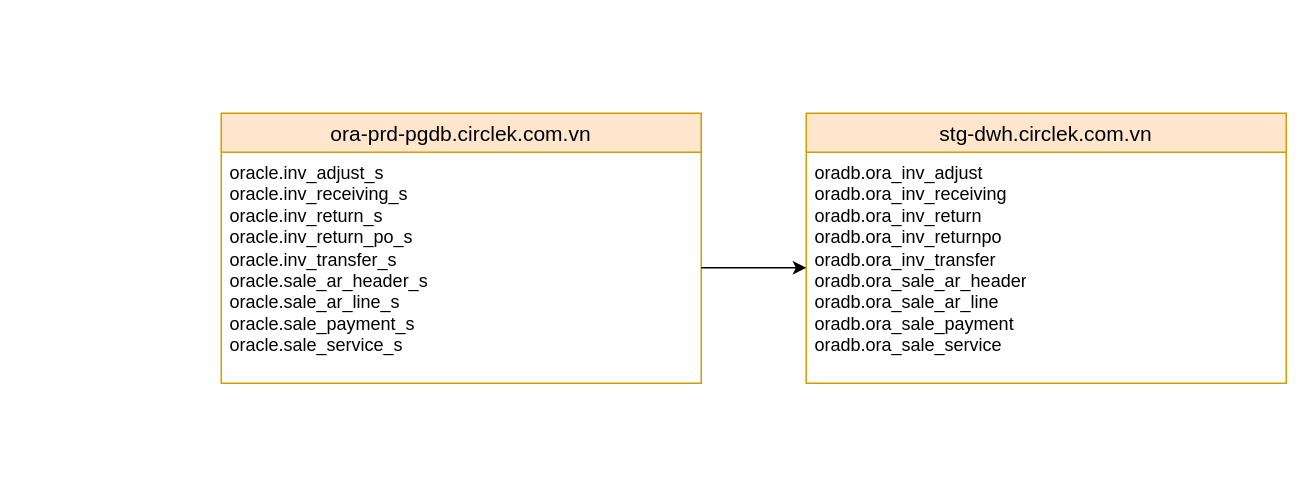
phongdd/CK-Flows keeps this draw.io diagram as page "Page-3" (3 of 3) of Data links.drawio. Above is the earlier version. Source tidied: cells renumbered, new cells numbered last; positions are measured from the earlier drawing's top-left corner, leaving out a move shared by most shapes. Both pictures are drawn from the tidied source at 150%, with x=0, y=0 at pixel (220, 112).
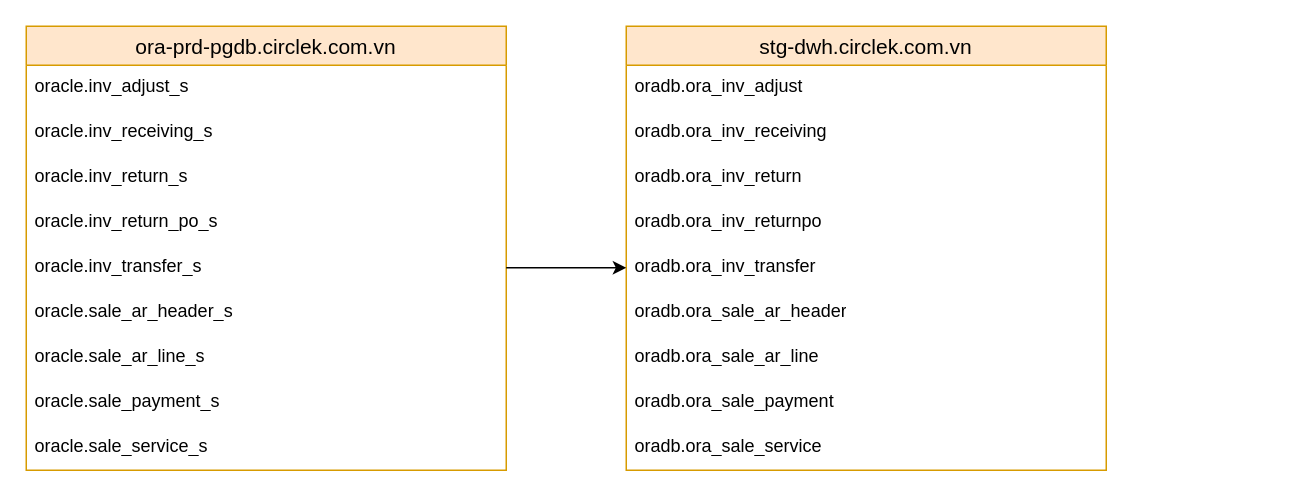
The same diagram, later.

Change to the diagram source:
```diff
@@
     <mxCell id="2" value="ora-prd-pgdb.circlek.com.vn" style="swimlane;fontStyle=0;horizontal=1;startSize=26;align=center;fontSize=14;fillColor=#ffe6cc;strokeColor=#d79b00;" parent="1" vertex="1">
-      <mxGeometry width="320" height="180" as="geometry" />
+      <mxGeometry x="-130" y="-58" width="320" height="296" as="geometry" />
     </mxCell>
-    <mxCell id="3" value="&lt;div&gt;oracle.inv_adjust_s&lt;/div&gt;&lt;div&gt;oracle.inv_receiving_s&lt;/div&gt;&lt;div&gt;oracle.inv_return_s&lt;/div&gt;&lt;div&gt;oracle.inv_return_po_s&lt;/div&gt;&lt;div&gt;oracle.inv_transfer_s&lt;/div&gt;&lt;div&gt;oracle.sale_ar_header_s&lt;/div&gt;&lt;div&gt;oracle.sale_ar_line_s&lt;/div&gt;&lt;div&gt;oracle.sale_payment_s&lt;/div&gt;&lt;div&gt;oracle.sale_service_s&lt;/div&gt;" style="text;strokeColor=none;fillColor=none;spacingLeft=4;spacingRight=4;overflow=hidden;points=[[0,0.5],[1,0.5]];portConstraint=eastwest;fontSize=12;whiteSpace=wrap;html=1;" parent="2" vertex="1">
-      <mxGeometry y="26" width="320" height="154" as="geometry" />
-    </mxCell>
+    <mxCell id="7" value="oracle.inv_adjust_s" style="text;strokeColor=none;fillColor=none;spacingLeft=4;spacingRight=4;overflow=hidden;fontSize=12;whiteSpace=wrap;html=1;" parent="2" vertex="1">
+      <mxGeometry y="26" width="320" height="30" as="geometry" />
+    </mxCell>
+    <mxCell id="8" value="oracle.inv_receiving_s" style="text;strokeColor=none;fillColor=none;spacingLeft=4;spacingRight=4;overflow=hidden;fontSize=12;whiteSpace=wrap;html=1;" parent="2" vertex="1">
+      <mxGeometry y="56" width="320" height="30" as="geometry" />
+    </mxCell>
+    <mxCell id="9" value="oracle.inv_return_s" style="text;strokeColor=none;fillColor=none;spacingLeft=4;spacingRight=4;overflow=hidden;fontSize=12;whiteSpace=wrap;html=1;" parent="2" vertex="1">
+      <mxGeometry y="86" width="320" height="30" as="geometry" />
+    </mxCell>
+    <mxCell id="10" value="oracle.inv_return_po_s" style="text;strokeColor=none;fillColor=none;spacingLeft=4;spacingRight=4;overflow=hidden;fontSize=12;whiteSpace=wrap;html=1;" parent="2" vertex="1">
+      <mxGeometry y="116" width="320" height="30" as="geometry" />
+    </mxCell>
+    <mxCell id="11" value="oracle.inv_transfer_s" style="text;strokeColor=none;fillColor=none;spacingLeft=4;spacingRight=4;overflow=hidden;points=[[0,0.5],[1,0.5]];portConstraint=eastwest;fontSize=12;whiteSpace=wrap;html=1;" parent="2" vertex="1">
+      <mxGeometry y="146" width="320" height="30" as="geometry" />
+    </mxCell>
+    <mxCell id="12" value="oracle.sale_ar_header_s" style="text;strokeColor=none;fillColor=none;spacingLeft=4;spacingRight=4;overflow=hidden;fontSize=12;whiteSpace=wrap;html=1;" parent="2" vertex="1">
+      <mxGeometry y="176" width="320" height="30" as="geometry" />
+    </mxCell>
+    <mxCell id="13" value="oracle.sale_ar_line_s" style="text;strokeColor=none;fillColor=none;spacingLeft=4;spacingRight=4;overflow=hidden;fontSize=12;whiteSpace=wrap;html=1;" parent="2" vertex="1">
+      <mxGeometry y="206" width="320" height="30" as="geometry" />
+    </mxCell>
+    <mxCell id="14" value="oracle.sale_payment_s" style="text;strokeColor=none;fillColor=none;spacingLeft=4;spacingRight=4;overflow=hidden;fontSize=12;whiteSpace=wrap;html=1;" parent="2" vertex="1">
+      <mxGeometry y="236" width="320" height="30" as="geometry" />
+    </mxCell>
+    <mxCell id="15" value="oracle.sale_service_s" style="text;strokeColor=none;fillColor=none;spacingLeft=4;spacingRight=4;overflow=hidden;fontSize=12;whiteSpace=wrap;html=1;" parent="2" vertex="1">
+      <mxGeometry y="266" width="320" height="30" as="geometry" />
+    </mxCell>
     <mxCell id="4" value="stg-dwh.circlek.com.vn" style="swimlane;fontStyle=0;horizontal=1;startSize=26;align=center;fontSize=14;fillColor=#ffe6cc;strokeColor=#d79b00;" parent="1" vertex="1">
-      <mxGeometry x="390" width="320" height="180" as="geometry" />
+      <mxGeometry x="270" y="-58" width="320" height="296" as="geometry" />
     </mxCell>
-    <mxCell id="5" value="&lt;div&gt;oradb.ora_inv_adjust&lt;/div&gt;&lt;div&gt;oradb.ora_inv_receiving&lt;/div&gt;&lt;div&gt;oradb.ora_inv_return&lt;/div&gt;&lt;div&gt;oradb.ora_inv_returnpo&lt;/div&gt;&lt;div&gt;oradb.ora_inv_transfer&lt;/div&gt;&lt;div&gt;oradb.ora_sale_ar_header&lt;/div&gt;&lt;div&gt;oradb.ora_sale_ar_line&lt;/div&gt;&lt;div&gt;oradb.ora_sale_payment&lt;/div&gt;&lt;div&gt;oradb.ora_sale_service&lt;/div&gt;" style="text;strokeColor=none;fillColor=none;spacingLeft=4;spacingRight=4;overflow=hidden;points=[[0,0.5],[1,0.5]];portConstraint=eastwest;fontSize=12;whiteSpace=wrap;html=1;" parent="4" vertex="1">
-      <mxGeometry y="26" width="320" height="154" as="geometry" />
-    </mxCell>
-    <mxCell id="6" style="edgeStyle=orthogonalEdgeStyle;rounded=0;jettySize=auto;html=1;entryX=0;entryY=0.5;entryDx=0;entryDy=0;" parent="1" edge="1" source="3" target="5">
-      <mxGeometry relative="1" as="geometry" />
-    </mxCell>
+    <mxCell id="16" value="oradb.ora_inv_adjust" style="text;strokeColor=none;fillColor=none;spacingLeft=4;spacingRight=4;overflow=hidden;fontSize=12;whiteSpace=wrap;html=1;" parent="4" vertex="1">
+      <mxGeometry y="26" width="320" height="30" as="geometry" />
+    </mxCell>
+    <mxCell id="17" value="oradb.ora_inv_receiving" style="text;strokeColor=none;fillColor=none;spacingLeft=4;spacingRight=4;overflow=hidden;fontSize=12;whiteSpace=wrap;html=1;" parent="4" vertex="1">
+      <mxGeometry y="56" width="320" height="30" as="geometry" />
+    </mxCell>
+    <mxCell id="18" value="oradb.ora_inv_return" style="text;strokeColor=none;fillColor=none;spacingLeft=4;spacingRight=4;overflow=hidden;fontSize=12;whiteSpace=wrap;html=1;" parent="4" vertex="1">
+      <mxGeometry y="86" width="320" height="30" as="geometry" />
+    </mxCell>
+    <mxCell id="19" value="oradb.ora_inv_returnpo" style="text;strokeColor=none;fillColor=none;spacingLeft=4;spacingRight=4;overflow=hidden;fontSize=12;whiteSpace=wrap;html=1;" parent="4" vertex="1">
+      <mxGeometry y="116" width="320" height="30" as="geometry" />
+    </mxCell>
+    <mxCell id="20" value="oradb.ora_inv_transfer" style="text;strokeColor=none;fillColor=none;spacingLeft=4;spacingRight=4;overflow=hidden;points=[[0,0.5],[1,0.5]];portConstraint=eastwest;fontSize=12;whiteSpace=wrap;html=1;" parent="4" vertex="1">
+      <mxGeometry y="146" width="320" height="30" as="geometry" />
+    </mxCell>
+    <mxCell id="21" value="oradb.ora_sale_ar_header" style="text;strokeColor=none;fillColor=none;spacingLeft=4;spacingRight=4;overflow=hidden;fontSize=12;whiteSpace=wrap;html=1;" parent="4" vertex="1">
+      <mxGeometry y="176" width="320" height="30" as="geometry" />
+    </mxCell>
+    <mxCell id="22" value="oradb.ora_sale_ar_line" style="text;strokeColor=none;fillColor=none;spacingLeft=4;spacingRight=4;overflow=hidden;fontSize=12;whiteSpace=wrap;html=1;" parent="4" vertex="1">
+      <mxGeometry y="206" width="320" height="30" as="geometry" />
+    </mxCell>
+    <mxCell id="23" value="oradb.ora_sale_payment" style="text;strokeColor=none;fillColor=none;spacingLeft=4;spacingRight=4;overflow=hidden;fontSize=12;whiteSpace=wrap;html=1;" parent="4" vertex="1">
+      <mxGeometry y="236" width="320" height="30" as="geometry" />
+    </mxCell>
+    <mxCell id="24" value="oradb.ora_sale_service" style="text;strokeColor=none;fillColor=none;spacingLeft=4;spacingRight=4;overflow=hidden;fontSize=12;whiteSpace=wrap;html=1;" parent="4" vertex="1">
+      <mxGeometry y="266" width="320" height="30" as="geometry" />
+    </mxCell>
+    <mxCell id="25" style="rounded=0;jettySize=auto;html=1;entryX=0;entryY=0.5;entryDx=0;entryDy=0;" parent="1" edge="1" source="11" target="20">
+      <mxGeometry relative="1" as="geometry" />
+    </mxCell>
```
